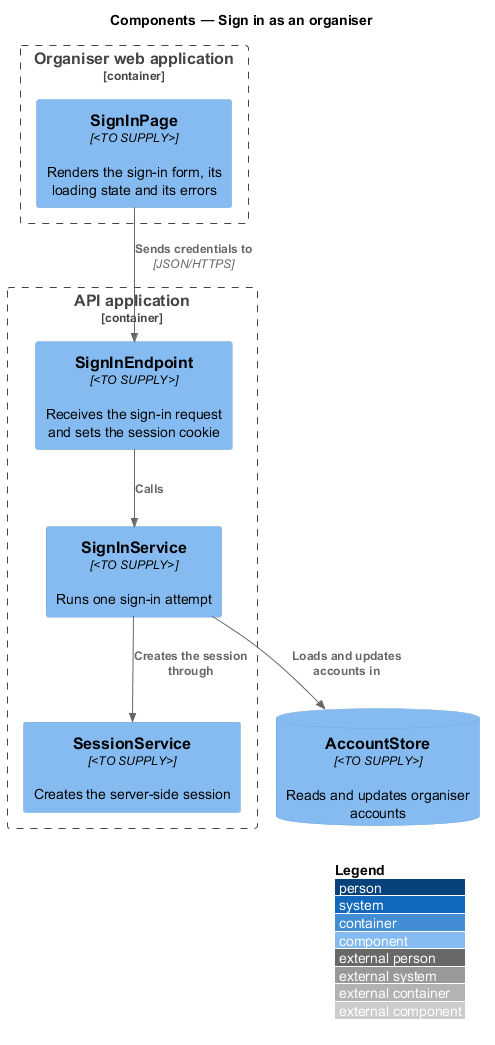
QuinntyneBrown/rsvp-cms keeps this PlantUML diagram as docs/detailed-designs/accounts/sign-in-organiser/diagrams/c4-component.png. Above is the earlier version. The source it was exported from:
```plantuml
@startuml
!include <C4/C4_Component>
LAYOUT_WITH_LEGEND()
title Components — Sign in as an organiser

Container_Boundary(admin, "Organiser web application") {
  Component(page, "SignInPage", "<TO SUPPLY>", "Renders the sign-in form, its loading state and its errors")
}
Container_Boundary(api, "API application") {
  Component(endpoint, "SignInEndpoint", "<TO SUPPLY>", "Receives the sign-in request and sets the session cookie")
  Component(service, "SignInService", "<TO SUPPLY>", "Runs one sign-in attempt")
  Component(sessions, "SessionService", "<TO SUPPLY>", "Creates the server-side session")
}
ComponentDb(store, "AccountStore", "<TO SUPPLY>", "Reads and updates organiser accounts")

Rel(page, endpoint, "Sends credentials to", "JSON/HTTPS")
Rel(endpoint, service, "Calls")
Rel(service, store, "Loads and updates accounts in")
Rel(service, sessions, "Creates the session through")
@enduml
```
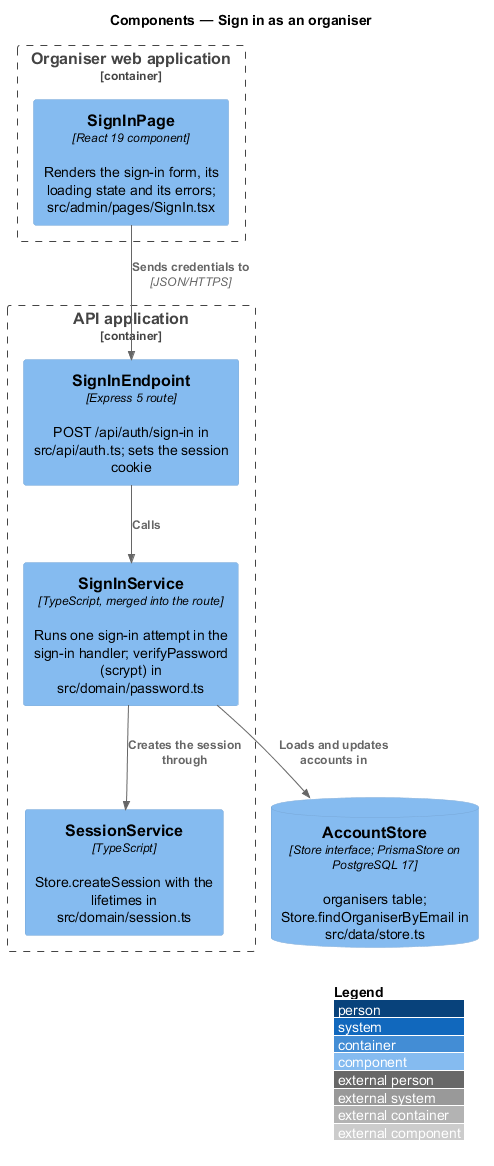
After the change.

Change to the diagram source:
```diff
@@ -4,14 +4,14 @@
 title Components — Sign in as an organiser
 
 Container_Boundary(admin, "Organiser web application") {
-  Component(page, "SignInPage", "<TO SUPPLY>", "Renders the sign-in form, its loading state and its errors")
+  Component(page, "SignInPage", "React 19 component", "Renders the sign-in form, its loading state and its errors; src/admin/pages/SignIn.tsx")
 }
 Container_Boundary(api, "API application") {
-  Component(endpoint, "SignInEndpoint", "<TO SUPPLY>", "Receives the sign-in request and sets the session cookie")
-  Component(service, "SignInService", "<TO SUPPLY>", "Runs one sign-in attempt")
-  Component(sessions, "SessionService", "<TO SUPPLY>", "Creates the server-side session")
+  Component(endpoint, "SignInEndpoint", "Express 5 route", "POST /api/auth/sign-in in src/api/auth.ts; sets the session cookie")
+  Component(service, "SignInService", "TypeScript, merged into the route", "Runs one sign-in attempt in the sign-in handler; verifyPassword (scrypt) in src/domain/password.ts")
+  Component(sessions, "SessionService", "TypeScript", "Store.createSession with the lifetimes in src/domain/session.ts")
 }
-ComponentDb(store, "AccountStore", "<TO SUPPLY>", "Reads and updates organiser accounts")
+ComponentDb(store, "AccountStore", "Store interface; PrismaStore on PostgreSQL 17", "organisers table; Store.findOrganiserByEmail in src/data/store.ts")
 
 Rel(page, endpoint, "Sends credentials to", "JSON/HTTPS")
 Rel(endpoint, service, "Calls")
```
